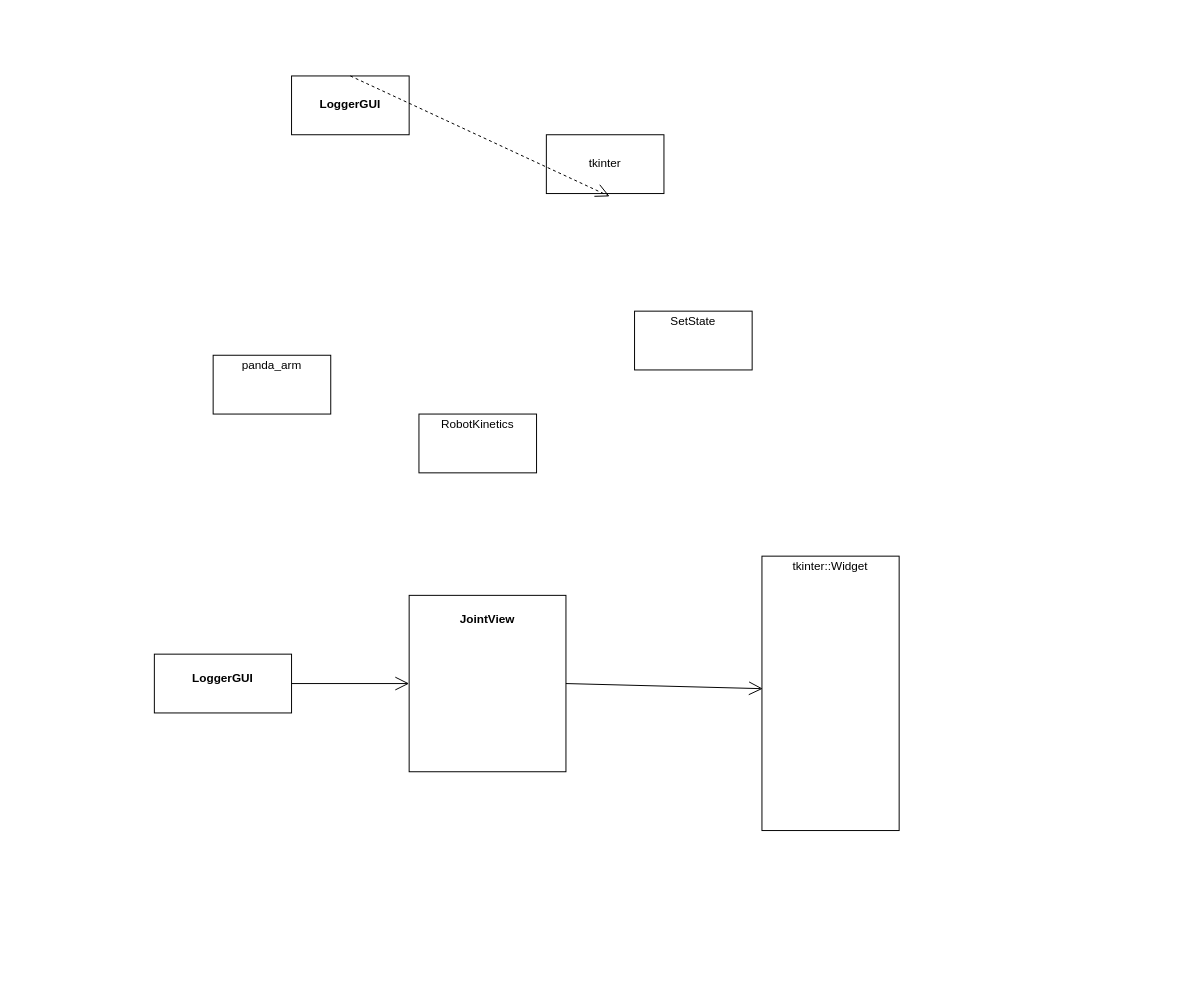
Before: exp-py/panda-arm/rough_design.drawio in ksdngz/robo-sim, a draw.io diagram. Source tidied: cells renumbered, new cells numbered last; positions are measured from the earlier drawing's top-left corner, leaving out a move shared by most shapes. Both pictures are drawn from the tidied source at 98%, with x=0, y=0 at pixel (154, 75).
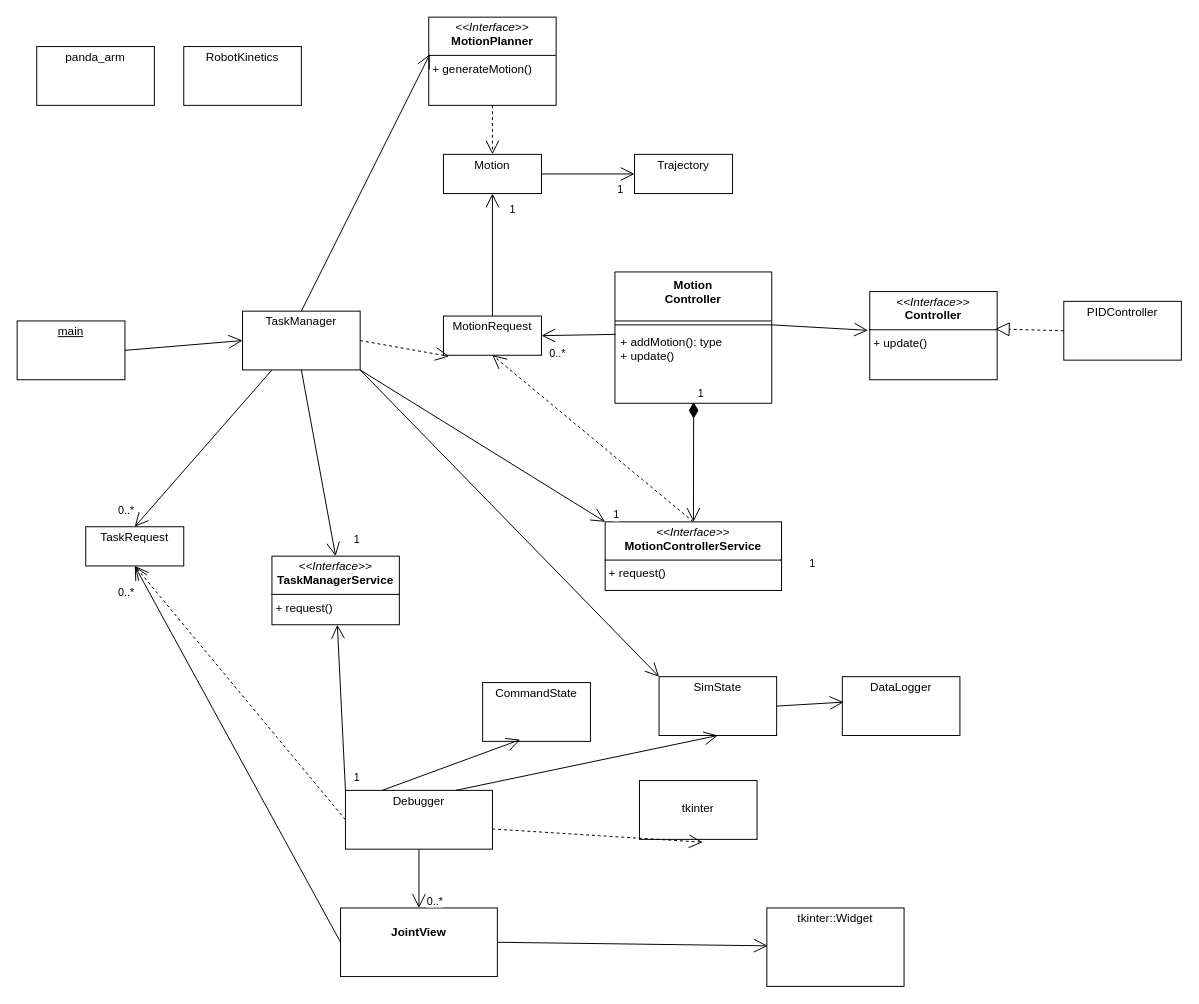
Above is the later version.

Diff of the diagram source:
```diff
@@
-    <mxCell id="2" value="&lt;p style=&quot;margin:0px;margin-top:4px;text-align:center;&quot;&gt;&lt;b&gt;&lt;br&gt;&lt;/b&gt;&lt;/p&gt;&lt;p style=&quot;margin:0px;margin-top:4px;text-align:center;&quot;&gt;&lt;b&gt;LoggerGUI&lt;br&gt;&lt;/b&gt;&lt;/p&gt;" style="verticalAlign=top;align=left;overflow=fill;html=1;whiteSpace=wrap;" parent="1" vertex="1">
-      <mxGeometry x="140" width="120" height="60" as="geometry" />
-    </mxCell>
     <mxCell id="3" value="&lt;p style=&quot;margin:0px;margin-top:4px;text-align:center;&quot;&gt;&lt;br&gt;&lt;/p&gt;&lt;p style=&quot;margin:0px;margin-top:4px;text-align:center;&quot;&gt;tkinter&lt;/p&gt;&lt;p style=&quot;margin:0px;margin-top:4px;text-align:center;&quot;&gt;&lt;br&gt;&lt;/p&gt;" style="verticalAlign=top;align=left;overflow=fill;html=1;whiteSpace=wrap;" parent="1" vertex="1">
-      <mxGeometry x="400" y="60" width="120" height="60" as="geometry" />
+      <mxGeometry x="495" y="719" width="120" height="60" as="geometry" />
     </mxCell>
-    <mxCell id="4" value="&lt;div&gt;&lt;br&gt;&lt;/div&gt;&lt;div&gt;&lt;br&gt;&lt;/div&gt;" style="endArrow=open;endSize=12;dashed=1;html=1;rounded=0;entryX=0.538;entryY=1.048;entryDx=0;entryDy=0;entryPerimeter=0;exitX=0.5;exitY=0;exitDx=0;exitDy=0;" parent="1" edge="1" source="2" target="3">
+    <mxCell id="4" value="&lt;div&gt;&lt;br&gt;&lt;/div&gt;&lt;div&gt;&lt;br&gt;&lt;/div&gt;" style="endArrow=open;endSize=12;dashed=1;html=1;rounded=0;entryX=0.538;entryY=1.048;entryDx=0;entryDy=0;entryPerimeter=0;exitX=0;exitY=0.5;exitDx=0;exitDy=0;" parent="1" edge="1" source="10" target="3">
       <mxGeometry relative="1" as="geometry" />
     </mxCell>
-    <mxCell id="5" value="&lt;p style=&quot;margin:0px;margin-top:4px;text-align:center;&quot;&gt;SetState&lt;/p&gt;" style="verticalAlign=top;align=left;overflow=fill;html=1;whiteSpace=wrap;" parent="1" vertex="1">
-      <mxGeometry x="490" y="240" width="120" height="60" as="geometry" />
+    <mxCell id="5" value="&lt;p style=&quot;margin:0px;margin-top:4px;text-align:center;&quot;&gt;SimState&lt;/p&gt;" style="verticalAlign=top;align=left;overflow=fill;html=1;whiteSpace=wrap;" parent="1" vertex="1">
+      <mxGeometry x="515" y="613" width="120" height="60" as="geometry" />
     </mxCell>
     <mxCell id="6" value="&lt;p style=&quot;margin:0px;margin-top:4px;text-align:center;&quot;&gt;panda_arm&lt;/p&gt;" style="verticalAlign=top;align=left;overflow=fill;html=1;whiteSpace=wrap;" parent="1" vertex="1">
-      <mxGeometry x="60" y="285" width="120" height="60" as="geometry" />
+      <mxGeometry x="-120" y="-30" width="120" height="60" as="geometry" />
     </mxCell>
     <mxCell id="7" value="&lt;p style=&quot;margin:0px;margin-top:4px;text-align:center;&quot;&gt;RobotKinetics&lt;/p&gt;" style="verticalAlign=top;align=left;overflow=fill;html=1;whiteSpace=wrap;" parent="1" vertex="1">
-      <mxGeometry x="270" y="345" width="120" height="60" as="geometry" />
+      <mxGeometry x="30" y="-30" width="120" height="60" as="geometry" />
     </mxCell>
     <mxCell id="8" value="&lt;p style=&quot;margin:0px;margin-top:4px;text-align:center;&quot;&gt;&lt;br&gt;&lt;b&gt;JointView&lt;/b&gt;&lt;/p&gt;" style="verticalAlign=top;align=left;overflow=fill;html=1;whiteSpace=wrap;" parent="1" vertex="1">
-      <mxGeometry x="260" y="530" width="160" height="180" as="geometry" />
+      <mxGeometry x="190" y="849" width="160" height="70" as="geometry" />
     </mxCell>
     <mxCell id="9" value="&lt;p style=&quot;margin:0px;margin-top:4px;text-align:center;&quot;&gt;tkinter::Widget&lt;/p&gt;" style="verticalAlign=top;align=left;overflow=fill;html=1;whiteSpace=wrap;" parent="1" vertex="1">
-      <mxGeometry x="620" y="490" width="140" height="280" as="geometry" />
+      <mxGeometry x="625" y="849" width="140" height="80" as="geometry" />
     </mxCell>
-    <mxCell id="10" value="&lt;p style=&quot;margin:0px;margin-top:4px;text-align:center;&quot;&gt;&lt;br&gt;&lt;b&gt;LoggerGUI&lt;/b&gt;&lt;/p&gt;" style="verticalAlign=top;align=left;overflow=fill;html=1;whiteSpace=wrap;" parent="1" vertex="1">
-      <mxGeometry y="590" width="140" height="60" as="geometry" />
+    <mxCell id="10" value="&lt;p style=&quot;margin:0px;margin-top:4px;text-align:center;&quot;&gt;Debugger&lt;/p&gt;" style="verticalAlign=top;align=left;overflow=fill;html=1;whiteSpace=wrap;" parent="1" vertex="1">
+      <mxGeometry x="195" y="729" width="150" height="60" as="geometry" />
     </mxCell>
-    <mxCell id="11" style="endArrow=open;endFill=1;endSize=12;html=1;rounded=0;entryX=0;entryY=0.5;entryDx=0;entryDy=0;exitX=1;exitY=0.5;exitDx=0;exitDy=0;" parent="1" edge="1" source="10" target="8">
+    <mxCell id="11" style="endArrow=open;endFill=1;endSize=12;html=1;rounded=0;entryX=0.5;entryY=0;entryDx=0;entryDy=0;exitX=0.5;exitY=1;exitDx=0;exitDy=0;" parent="1" edge="1" source="10" target="8">
       <mxGeometry relative="1" as="geometry" />
     </mxCell>
@@
+    <mxCell id="13" value="&lt;p style=&quot;margin:0px;margin-top:4px;text-align:center;&quot;&gt;TaskManager&lt;/p&gt;" style="verticalAlign=top;align=left;overflow=fill;html=1;whiteSpace=wrap;" parent="1" vertex="1">
+      <mxGeometry x="90" y="240" width="120" height="60" as="geometry" />
+    </mxCell>
+    <mxCell id="14" value="&lt;p style=&quot;margin:0px;margin-top:4px;text-align:center;&quot;&gt;PIDController&lt;/p&gt;" style="verticalAlign=top;align=left;overflow=fill;html=1;whiteSpace=wrap;" parent="1" vertex="1">
+      <mxGeometry x="928" y="230" width="120" height="60" as="geometry" />
+    </mxCell>
+    <mxCell id="15" value="&lt;p style=&quot;margin:0px;margin-top:4px;text-align:center;&quot;&gt;&lt;i&gt;&amp;lt;&amp;lt;Interface&amp;gt;&amp;gt;&lt;/i&gt;&lt;br&gt;&lt;b&gt;Controller&lt;/b&gt;&lt;/p&gt;&lt;hr size=&quot;1&quot; style=&quot;border-style:solid;&quot;&gt;&lt;p style=&quot;margin:0px;margin-left:4px;&quot;&gt;&lt;/p&gt;&lt;p style=&quot;margin:0px;margin-left:4px;&quot;&gt;+ update()&lt;br&gt;&lt;/p&gt;" style="verticalAlign=top;align=left;overflow=fill;html=1;whiteSpace=wrap;" parent="1" vertex="1">
+      <mxGeometry x="730" y="220" width="130" height="90" as="geometry" />
+    </mxCell>
+    <mxCell id="16" style="endArrow=block;dashed=1;endFill=0;endSize=12;html=1;rounded=0;entryX=0.986;entryY=0.424;entryDx=0;entryDy=0;entryPerimeter=0;exitX=0;exitY=0.5;exitDx=0;exitDy=0;" parent="1" edge="1" source="14" target="15">
+      <mxGeometry relative="1" as="geometry" />
+    </mxCell>
+    <mxCell id="17" value="&lt;p style=&quot;margin:0px;margin-top:4px;text-align:center;&quot;&gt;CommandState&lt;/p&gt;" style="verticalAlign=top;align=left;overflow=fill;html=1;whiteSpace=wrap;" parent="1" vertex="1">
+      <mxGeometry x="335" y="619" width="110" height="60" as="geometry" />
+    </mxCell>
+    <mxCell id="18" style="endArrow=open;endFill=1;endSize=12;html=1;rounded=0;exitX=0.25;exitY=0;exitDx=0;exitDy=0;entryX=0.349;entryY=0.971;entryDx=0;entryDy=0;entryPerimeter=0;" parent="1" edge="1" source="10" target="17">
+      <mxGeometry relative="1" as="geometry" />
+    </mxCell>
+    <mxCell id="19" style="endArrow=open;endFill=1;endSize=12;html=1;rounded=0;exitX=0.75;exitY=0;exitDx=0;exitDy=0;entryX=0.5;entryY=1;entryDx=0;entryDy=0;" parent="1" edge="1" source="10" target="5">
+      <mxGeometry relative="1" as="geometry" />
+    </mxCell>
+    <mxCell id="20" value="&lt;p style=&quot;margin:0px;margin-top:4px;text-align:center;&quot;&gt;DataLogger&lt;/p&gt;" style="verticalAlign=top;align=left;overflow=fill;html=1;whiteSpace=wrap;" parent="1" vertex="1">
+      <mxGeometry x="702" y="613" width="120" height="60" as="geometry" />
+    </mxCell>
+    <mxCell id="21" style="endArrow=open;endFill=1;endSize=12;html=1;rounded=0;exitX=1;exitY=0.5;exitDx=0;exitDy=0;entryX=0.011;entryY=0.433;entryDx=0;entryDy=0;entryPerimeter=0;" parent="1" edge="1" source="5" target="20">
+      <mxGeometry relative="1" as="geometry" />
+    </mxCell>
+    <mxCell id="22" value="&lt;p style=&quot;margin:0px;margin-top:4px;text-align:center;&quot;&gt;&lt;u&gt;main&lt;/u&gt;&lt;/p&gt;" style="verticalAlign=top;align=left;overflow=fill;html=1;whiteSpace=wrap;" parent="1" vertex="1">
+      <mxGeometry x="-140" y="250" width="110" height="60" as="geometry" />
+    </mxCell>
+    <mxCell id="23" value="&lt;p style=&quot;margin:0px;margin-top:4px;text-align:center;&quot;&gt;TaskRequest&lt;/p&gt;" style="verticalAlign=top;align=left;overflow=fill;html=1;whiteSpace=wrap;" parent="1" vertex="1">
+      <mxGeometry x="-70" y="460" width="100" height="40" as="geometry" />
+    </mxCell>
+    <mxCell id="24" style="endArrow=open;endFill=1;endSize=12;html=1;rounded=0;exitX=0;exitY=0;exitDx=0;exitDy=0;" parent="1" edge="1" source="10" target="45">
+      <mxGeometry relative="1" as="geometry" />
+    </mxCell>
+    <mxCell id="25" value="1" style="edgeLabel;html=1;align=right;verticalAlign=top;" parent="1" vertex="1">
+      <mxGeometry x="210" y="703" as="geometry" />
+    </mxCell>
+    <mxCell id="26" style="endArrow=open;endFill=1;endSize=12;html=1;rounded=0;exitX=0.25;exitY=1;exitDx=0;exitDy=0;entryX=0.5;entryY=0;entryDx=0;entryDy=0;" parent="1" edge="1" source="13" target="23">
+      <mxGeometry relative="1" as="geometry" />
+    </mxCell>
+    <mxCell id="27" style="endArrow=open;endFill=1;endSize=12;html=1;rounded=0;exitX=1;exitY=0.5;exitDx=0;exitDy=0;entryX=0;entryY=0.5;entryDx=0;entryDy=0;" parent="1" edge="1" source="22" target="13">
+      <mxGeometry relative="1" as="geometry" />
+    </mxCell>
+    <mxCell id="28" style="endArrow=open;endFill=1;endSize=12;html=1;rounded=0;exitX=1;exitY=0.5;exitDx=0;exitDy=0;entryX=-0.014;entryY=0.44;entryDx=0;entryDy=0;entryPerimeter=0;exitPerimeter=0;" parent="1" edge="1" source="30" target="15">
+      <mxGeometry relative="1" as="geometry" />
+    </mxCell>
+    <mxCell id="29" value="Motion&lt;div&gt;Controller&lt;/div&gt;" style="swimlane;fontStyle=1;align=center;verticalAlign=top;horizontal=1;startSize=50;whiteSpace=wrap;html=1;" parent="1" vertex="1">
+      <mxGeometry x="470" y="200" width="160" height="134" as="geometry" />
+    </mxCell>
+    <mxCell id="30" style="line;strokeWidth=1;fillColor=none;align=left;verticalAlign=middle;spacingTop=-1;spacingLeft=3;spacingRight=3;labelPosition=right;points=[];portConstraint=eastwest;strokeColor=inherit;" parent="29" vertex="1">
+      <mxGeometry y="50" width="160" height="8" as="geometry" />
+    </mxCell>
+    <mxCell id="31" value="+ addMotion(): type&lt;div&gt;+ update()&lt;/div&gt;" style="text;strokeColor=none;fillColor=none;align=left;verticalAlign=top;spacingLeft=4;spacingRight=4;overflow=hidden;points=[[0,0.5],[1,0.5]];portConstraint=eastwest;whiteSpace=wrap;html=1;" parent="29" vertex="1">
+      <mxGeometry y="58" width="160" height="76" as="geometry" />
+    </mxCell>
+    <mxCell id="32" value="&lt;p style=&quot;margin:0px;margin-top:4px;text-align:center;&quot;&gt;Motion&lt;/p&gt;" style="verticalAlign=top;align=left;overflow=fill;html=1;whiteSpace=wrap;" parent="1" vertex="1">
+      <mxGeometry x="295" y="80" width="100" height="40" as="geometry" />
+    </mxCell>
+    <mxCell id="33" style="endArrow=open;endFill=1;endSize=12;html=1;rounded=0;exitX=0.005;exitY=0.075;exitDx=0;exitDy=0;entryX=1;entryY=0.5;entryDx=0;entryDy=0;exitPerimeter=0;" parent="1" edge="1" source="31" target="47">
+      <mxGeometry relative="1" as="geometry" />
+    </mxCell>
+    <mxCell id="34" value="&lt;p style=&quot;margin:0px;margin-top:4px;text-align:center;&quot;&gt;&lt;i&gt;&amp;lt;&amp;lt;Interface&amp;gt;&amp;gt;&lt;/i&gt;&lt;br&gt;&lt;b&gt;MotionPlanner&lt;/b&gt;&lt;/p&gt;&lt;hr size=&quot;1&quot; style=&quot;border-style:solid;&quot;&gt;&lt;p style=&quot;margin:0px;margin-left:4px;&quot;&gt;&lt;/p&gt;&lt;p style=&quot;margin:0px;margin-left:4px;&quot;&gt;+ generateMotion()&lt;br&gt;&lt;/p&gt;" style="verticalAlign=top;align=left;overflow=fill;html=1;whiteSpace=wrap;" parent="1" vertex="1">
+      <mxGeometry x="280" y="-60" width="130" height="90" as="geometry" />
+    </mxCell>
+    <mxCell id="35" style="endArrow=open;endFill=1;endSize=12;html=1;rounded=0;exitX=0.5;exitY=0;exitDx=0;exitDy=0;entryX=0.008;entryY=0.422;entryDx=0;entryDy=0;entryPerimeter=0;" parent="1" edge="1" source="13" target="34">
+      <mxGeometry relative="1" as="geometry" />
+    </mxCell>
+    <mxCell id="36" value="0..*" style="edgeLabel;html=1;align=right;verticalAlign=top;" parent="1" vertex="1">
+      <mxGeometry x="-20" y="430" as="geometry" />
+    </mxCell>
+    <mxCell id="37" value="0..*" style="edgeLabel;html=1;align=right;verticalAlign=top;" parent="1" vertex="1">
+      <mxGeometry x="420" y="270" as="geometry" />
+    </mxCell>
+    <mxCell id="38" style="endArrow=open;endSize=12;dashed=1;html=1;rounded=0;exitX=0.5;exitY=1;exitDx=0;exitDy=0;entryX=0.5;entryY=0;entryDx=0;entryDy=0;" parent="1" edge="1" source="34" target="32">
+      <mxGeometry relative="1" as="geometry" />
+    </mxCell>
+    <mxCell id="39" value="0..*" style="edgeLabel;html=1;align=right;verticalAlign=top;" parent="1" vertex="1">
+      <mxGeometry x="295" y="829" as="geometry" />
+    </mxCell>
+    <mxCell id="40" style="endArrow=open;endFill=1;endSize=12;html=1;rounded=0;exitX=0.5;exitY=1;exitDx=0;exitDy=0;entryX=0.5;entryY=0;entryDx=0;entryDy=0;" parent="1" edge="1" source="13" target="45">
+      <mxGeometry relative="1" as="geometry" />
+    </mxCell>
+    <mxCell id="41" value="&lt;div&gt;&lt;br&gt;&lt;/div&gt;&lt;div&gt;&lt;br&gt;&lt;/div&gt;" style="endArrow=open;endSize=12;dashed=1;html=1;rounded=0;entryX=0.5;entryY=1;entryDx=0;entryDy=0;exitX=0;exitY=0.5;exitDx=0;exitDy=0;" parent="1" edge="1" source="10" target="23">
+      <mxGeometry relative="1" as="geometry" />
+    </mxCell>
+    <mxCell id="42" style="endArrow=open;endFill=1;endSize=12;html=1;rounded=0;entryX=0.5;entryY=1;entryDx=0;entryDy=0;exitX=0;exitY=0.5;exitDx=0;exitDy=0;" parent="1" edge="1" source="8" target="23">
+      <mxGeometry relative="1" as="geometry" />
+    </mxCell>
+    <mxCell id="43" value="1" style="edgeLabel;html=1;align=right;verticalAlign=top;" parent="1" vertex="1">
+      <mxGeometry x="210" y="460" as="geometry" />
+    </mxCell>
+    <mxCell id="44" value="0..*" style="edgeLabel;html=1;align=right;verticalAlign=top;" parent="1" vertex="1">
+      <mxGeometry x="-20" y="514" as="geometry" />
+    </mxCell>
+    <mxCell id="45" value="&lt;p style=&quot;margin:0px;margin-top:4px;text-align:center;&quot;&gt;&lt;i&gt;&amp;lt;&amp;lt;Interface&amp;gt;&amp;gt;&lt;/i&gt;&lt;br&gt;&lt;b&gt;TaskManagerService&lt;/b&gt;&lt;/p&gt;&lt;hr size=&quot;1&quot; style=&quot;border-style:solid;&quot;&gt;&lt;p style=&quot;margin:0px;margin-left:4px;&quot;&gt;&lt;/p&gt;&lt;p style=&quot;margin:0px;margin-left:4px;&quot;&gt;+ request()&lt;br&gt;&lt;/p&gt;" style="verticalAlign=top;align=left;overflow=fill;html=1;whiteSpace=wrap;" parent="1" vertex="1">
+      <mxGeometry x="120" y="490" width="130" height="70" as="geometry" />
+    </mxCell>
+    <mxCell id="46" value="&lt;p style=&quot;margin:0px;margin-top:4px;text-align:center;&quot;&gt;&lt;i&gt;&amp;lt;&amp;lt;Interface&amp;gt;&amp;gt;&lt;/i&gt;&lt;br&gt;&lt;b&gt;MotionControllerService&lt;/b&gt;&lt;/p&gt;&lt;hr size=&quot;1&quot; style=&quot;border-style:solid;&quot;&gt;&lt;p style=&quot;margin:0px;margin-left:4px;&quot;&gt;&lt;/p&gt;&lt;p style=&quot;margin:0px;margin-left:4px;&quot;&gt;+ request()&lt;br&gt;&lt;/p&gt;" style="verticalAlign=top;align=left;overflow=fill;html=1;whiteSpace=wrap;" parent="1" vertex="1">
+      <mxGeometry x="460" y="455" width="180" height="70" as="geometry" />
+    </mxCell>
+    <mxCell id="47" value="&lt;p style=&quot;margin:0px;margin-top:4px;text-align:center;&quot;&gt;MotionRequest&lt;/p&gt;" style="verticalAlign=top;align=left;overflow=fill;html=1;whiteSpace=wrap;" parent="1" vertex="1">
+      <mxGeometry x="295" y="245" width="100" height="40" as="geometry" />
+    </mxCell>
+    <mxCell id="48" style="endArrow=open;endFill=1;endSize=12;html=1;rounded=0;exitX=1;exitY=1;exitDx=0;exitDy=0;entryX=0;entryY=0;entryDx=0;entryDy=0;" parent="1" edge="1" source="13" target="46">
+      <mxGeometry relative="1" as="geometry" />
+    </mxCell>
+    <mxCell id="49" value="1" style="edgeLabel;html=1;align=right;verticalAlign=top;" parent="1" vertex="1">
+      <mxGeometry x="475" y="435" as="geometry" />
+    </mxCell>
+    <mxCell id="50" value="1" style="edgeLabel;html=1;align=right;verticalAlign=top;" parent="1" vertex="1">
+      <mxGeometry x="675" y="485" as="geometry" />
+    </mxCell>
+    <mxCell id="51" style="endArrow=open;endFill=1;endSize=12;html=1;rounded=0;exitX=0.5;exitY=0;exitDx=0;exitDy=0;entryX=0.5;entryY=1;entryDx=0;entryDy=0;" parent="1" edge="1" source="47" target="32">
+      <mxGeometry relative="1" as="geometry" />
+    </mxCell>
+    <mxCell id="52" value="1" style="edgeLabel;html=1;align=right;verticalAlign=top;" parent="1" vertex="1">
+      <mxGeometry x="410" y="70" as="geometry">
+        <mxPoint x="-41" y="53" as="offset" />
+      </mxGeometry>
+    </mxCell>
+    <mxCell id="53" value="&lt;div&gt;&lt;br&gt;&lt;/div&gt;&lt;div&gt;&lt;br&gt;&lt;/div&gt;" style="endArrow=open;endSize=12;dashed=1;html=1;rounded=0;entryX=0.058;entryY=1.029;entryDx=0;entryDy=0;exitX=1;exitY=0.5;exitDx=0;exitDy=0;entryPerimeter=0;" parent="1" edge="1" source="13" target="47">
+      <mxGeometry relative="1" as="geometry" />
+    </mxCell>
+    <mxCell id="54" value="&lt;div&gt;&lt;br&gt;&lt;/div&gt;&lt;div&gt;&lt;br&gt;&lt;/div&gt;" style="endArrow=open;endSize=12;dashed=1;html=1;rounded=0;entryX=0.5;entryY=1;entryDx=0;entryDy=0;exitX=0.5;exitY=0;exitDx=0;exitDy=0;" parent="1" edge="1" source="46" target="47">
+      <mxGeometry relative="1" as="geometry" />
+    </mxCell>
+    <mxCell id="55" value="1" style="endArrow=open;html=1;endSize=12;startArrow=diamondThin;startSize=14;startFill=1;align=left;verticalAlign=bottom;rounded=0;exitX=0.502;exitY=0.985;exitDx=0;exitDy=0;exitPerimeter=0;" parent="1" edge="1" source="31" target="46">
+      <mxGeometry x="-1" y="3" relative="1" as="geometry" />
+    </mxCell>
+    <mxCell id="56" value="&lt;p style=&quot;margin:0px;margin-top:4px;text-align:center;&quot;&gt;Trajectory&lt;/p&gt;" style="verticalAlign=top;align=left;overflow=fill;html=1;whiteSpace=wrap;" parent="1" vertex="1">
+      <mxGeometry x="490" y="80" width="100" height="40" as="geometry" />
+    </mxCell>
+    <mxCell id="57" style="endArrow=open;endFill=1;endSize=12;html=1;rounded=0;exitX=1;exitY=0.5;exitDx=0;exitDy=0;entryX=0;entryY=0.5;entryDx=0;entryDy=0;" parent="1" edge="1" source="32" target="56">
+      <mxGeometry relative="1" as="geometry" />
+    </mxCell>
+    <mxCell id="58" value="1" style="edgeLabel;html=1;align=right;verticalAlign=top;" parent="1" vertex="1">
+      <mxGeometry x="520" y="50" as="geometry">
+        <mxPoint x="-41" y="53" as="offset" />
+      </mxGeometry>
+    </mxCell>
+    <mxCell id="59" style="endArrow=open;endFill=1;endSize=12;html=1;rounded=0;exitX=1;exitY=1;exitDx=0;exitDy=0;entryX=0;entryY=0;entryDx=0;entryDy=0;" parent="1" edge="1" source="13" target="5">
+      <mxGeometry relative="1" as="geometry" />
+    </mxCell>
```
